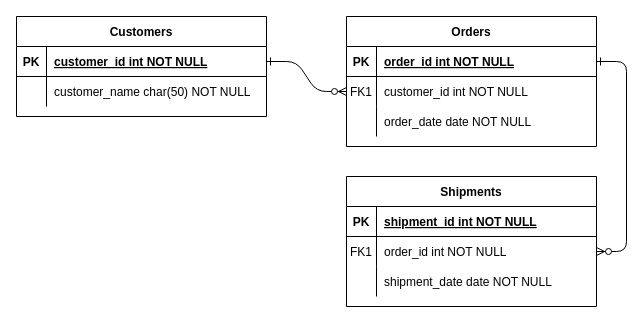
The draw.io diagram Diagrama sin título.drawio in projects-assignments/mudapp-grupo-3, before the edit. Source tidied: cells renumbered, new cells numbered last; positions are measured from the earlier drawing's top-left corner, leaving out a move shared by most shapes. Both pictures are drawn from the tidied source at 100%, with x=0, y=0 at pixel (16, 16).
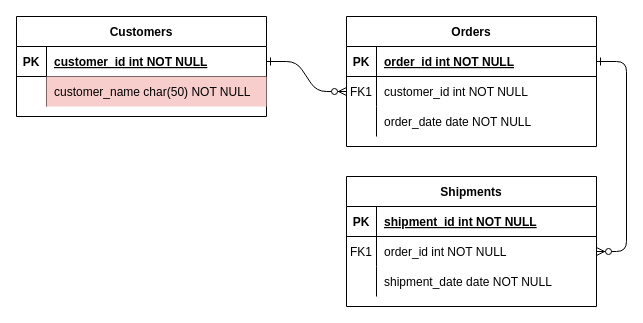
The same diagram, later.

Unchanged cells that the change refers to:
```xml
<mxCell id="28" style="shape=partialRectangle;fillColor=none;top=0;left=0;right=0;bottom=0;" parent="24" vertex="1">
  <mxGeometry y="60" width="250" height="30" as="geometry" />
</mxCell>
```

What changed in the source:
```diff
@@
-    <mxCell id="30" value="customer_name char(50) NOT NULL" style="shape=partialRectangle;overflow=hidden;fillColor=none;top=0;left=0;bottom=0;right=0;align=left;spacingLeft=6;" parent="28" vertex="1">
+    <mxCell id="30" value="customer_name char(50) NOT NULL" style="shape=partialRectangle;overflow=hidden;fillColor=#f8cecc;top=0;left=0;bottom=0;right=0;align=left;spacingLeft=6;strokeColor=#b85450;" parent="28" vertex="1">
       <mxGeometry x="30" width="220" height="30" as="geometry" />
     </mxCell>
```
